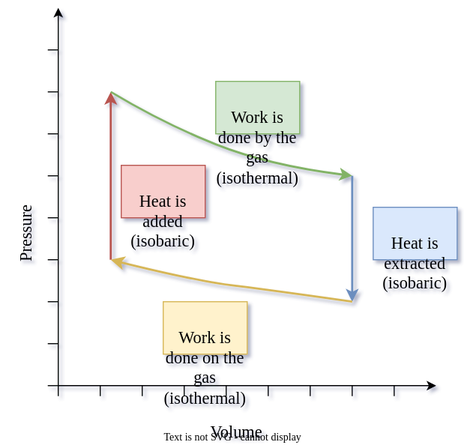
Before: uploads/PV-Diagram.svg, a diagram exported from draw.io (psharma04/image-repo). Source tidied: cells renumbered, new cells last; positions are measured from the earlier drawing's top-left corner, leaving out a move shared by most shapes.
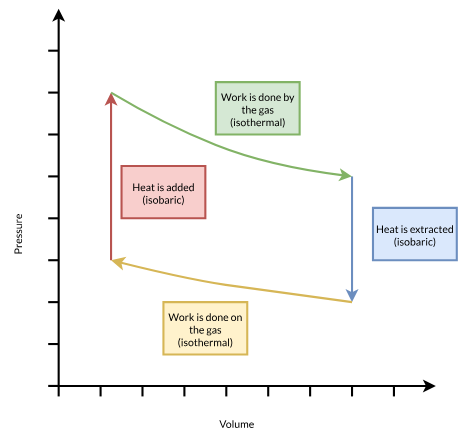
The same diagram one commit later.

Diff of the diagram source:
```diff
@@ -2,151 +2,151 @@
   <root>
     <mxCell id="0" />
     <mxCell id="1" parent="0" />
-    <mxCell id="2" style="endArrow=classic;html=1;rounded=0;fontFamily=Arial;fontSize=10;fontSource=https%3A%2F%2Fcdn.statically.io%2Fgh%2Fpsharma04%2Fimage-repo%2Fmain%2Ffonts%2FArial.ttf;" parent="1" edge="1">
+    <mxCell id="2" style="endArrow=classic;html=1;rounded=0;fontFamily=Lato;fontSize=10;fontSource=https%3A%2F%2Ffonts.googleapis.com%2Fcss%3Ffamily%3DLato;strokeWidth=2;" parent="1" edge="1">
       <mxGeometry relative="1" as="geometry">
         <mxPoint x="70" y="360" as="sourcePoint" />
         <mxPoint x="70" as="targetPoint" />
       </mxGeometry>
     </mxCell>
-    <mxCell id="3" style="endArrow=classic;html=1;rounded=0;fontFamily=Arial;fontSize=10;fontSource=https%3A%2F%2Fcdn.statically.io%2Fgh%2Fpsharma04%2Fimage-repo%2Fmain%2Ffonts%2FArial.ttf;" parent="1" edge="1">
+    <mxCell id="3" style="endArrow=classic;html=1;rounded=0;fontFamily=Lato;fontSize=10;fontSource=https%3A%2F%2Ffonts.googleapis.com%2Fcss%3Ffamily%3DLato;strokeWidth=2;" parent="1" edge="1">
       <mxGeometry relative="1" as="geometry">
         <mxPoint x="70" y="360" as="sourcePoint" />
         <mxPoint x="430" y="360" as="targetPoint" />
       </mxGeometry>
     </mxCell>
-    <mxCell id="4" style="endArrow=none;html=1;rounded=0;fontFamily=Arial;fontSize=10;fontSource=https%3A%2F%2Fcdn.statically.io%2Fgh%2Fpsharma04%2Fimage-repo%2Fmain%2Ffonts%2FArial.ttf;" parent="1" edge="1">
+    <mxCell id="4" style="endArrow=none;html=1;rounded=0;fontFamily=Lato;fontSize=10;fontSource=https%3A%2F%2Ffonts.googleapis.com%2Fcss%3Ffamily%3DLato;strokeWidth=2;" parent="1" edge="1">
       <mxGeometry relative="1" as="geometry">
         <mxPoint x="390" y="370" as="sourcePoint" />
         <mxPoint x="390" y="360" as="targetPoint" />
       </mxGeometry>
     </mxCell>
-    <mxCell id="5" style="endArrow=none;html=1;rounded=0;fontFamily=Arial;fontSize=10;fontSource=https%3A%2F%2Fcdn.statically.io%2Fgh%2Fpsharma04%2Fimage-repo%2Fmain%2Ffonts%2FArial.ttf;" parent="1" edge="1">
+    <mxCell id="5" style="endArrow=none;html=1;rounded=0;fontFamily=Lato;fontSize=10;fontSource=https%3A%2F%2Ffonts.googleapis.com%2Fcss%3Ffamily%3DLato;strokeWidth=2;" parent="1" edge="1">
       <mxGeometry relative="1" as="geometry">
         <mxPoint x="350" y="370" as="sourcePoint" />
         <mxPoint x="350" y="360" as="targetPoint" />
       </mxGeometry>
     </mxCell>
-    <mxCell id="6" style="endArrow=none;html=1;rounded=0;fontFamily=Arial;fontSize=10;fontSource=https%3A%2F%2Fcdn.statically.io%2Fgh%2Fpsharma04%2Fimage-repo%2Fmain%2Ffonts%2FArial.ttf;" parent="1" edge="1">
+    <mxCell id="6" style="endArrow=none;html=1;rounded=0;fontFamily=Lato;fontSize=10;fontSource=https%3A%2F%2Ffonts.googleapis.com%2Fcss%3Ffamily%3DLato;strokeWidth=2;" parent="1" edge="1">
       <mxGeometry relative="1" as="geometry">
         <mxPoint x="310" y="370" as="sourcePoint" />
         <mxPoint x="310" y="360" as="targetPoint" />
       </mxGeometry>
     </mxCell>
-    <mxCell id="7" style="endArrow=none;html=1;rounded=0;fontFamily=Arial;fontSize=10;fontSource=https%3A%2F%2Fcdn.statically.io%2Fgh%2Fpsharma04%2Fimage-repo%2Fmain%2Ffonts%2FArial.ttf;" parent="1" edge="1">
+    <mxCell id="7" style="endArrow=none;html=1;rounded=0;fontFamily=Lato;fontSize=10;fontSource=https%3A%2F%2Ffonts.googleapis.com%2Fcss%3Ffamily%3DLato;strokeWidth=2;" parent="1" edge="1">
       <mxGeometry relative="1" as="geometry">
         <mxPoint x="270" y="370" as="sourcePoint" />
         <mxPoint x="270" y="360" as="targetPoint" />
       </mxGeometry>
     </mxCell>
-    <mxCell id="8" style="endArrow=none;html=1;rounded=0;fontFamily=Arial;fontSize=10;fontSource=https%3A%2F%2Fcdn.statically.io%2Fgh%2Fpsharma04%2Fimage-repo%2Fmain%2Ffonts%2FArial.ttf;" parent="1" edge="1">
+    <mxCell id="8" style="endArrow=none;html=1;rounded=0;fontFamily=Lato;fontSize=10;fontSource=https%3A%2F%2Ffonts.googleapis.com%2Fcss%3Ffamily%3DLato;strokeWidth=2;" parent="1" edge="1">
       <mxGeometry relative="1" as="geometry">
         <mxPoint x="230" y="370" as="sourcePoint" />
         <mxPoint x="230" y="360" as="targetPoint" />
       </mxGeometry>
     </mxCell>
-    <mxCell id="9" style="endArrow=none;html=1;rounded=0;fontFamily=Arial;fontSize=10;fontSource=https%3A%2F%2Fcdn.statically.io%2Fgh%2Fpsharma04%2Fimage-repo%2Fmain%2Ffonts%2FArial.ttf;" parent="1" edge="1">
+    <mxCell id="9" style="endArrow=none;html=1;rounded=0;fontFamily=Lato;fontSize=10;fontSource=https%3A%2F%2Ffonts.googleapis.com%2Fcss%3Ffamily%3DLato;strokeWidth=2;" parent="1" edge="1">
       <mxGeometry relative="1" as="geometry">
         <mxPoint x="190" y="370" as="sourcePoint" />
         <mxPoint x="190" y="360" as="targetPoint" />
       </mxGeometry>
     </mxCell>
-    <mxCell id="10" style="endArrow=none;html=1;rounded=0;fontFamily=Arial;fontSize=10;fontSource=https%3A%2F%2Fcdn.statically.io%2Fgh%2Fpsharma04%2Fimage-repo%2Fmain%2Ffonts%2FArial.ttf;" parent="1" edge="1">
+    <mxCell id="10" style="endArrow=none;html=1;rounded=0;fontFamily=Lato;fontSize=10;fontSource=https%3A%2F%2Ffonts.googleapis.com%2Fcss%3Ffamily%3DLato;strokeWidth=2;" parent="1" edge="1">
       <mxGeometry relative="1" as="geometry">
         <mxPoint x="150" y="370" as="sourcePoint" />
         <mxPoint x="150" y="360" as="targetPoint" />
       </mxGeometry>
     </mxCell>
-    <mxCell id="11" style="endArrow=none;html=1;rounded=0;fontFamily=Arial;fontSize=10;fontSource=https%3A%2F%2Fcdn.statically.io%2Fgh%2Fpsharma04%2Fimage-repo%2Fmain%2Ffonts%2FArial.ttf;" parent="1" edge="1">
+    <mxCell id="11" style="endArrow=none;html=1;rounded=0;fontFamily=Lato;fontSize=10;fontSource=https%3A%2F%2Ffonts.googleapis.com%2Fcss%3Ffamily%3DLato;strokeWidth=2;" parent="1" edge="1">
       <mxGeometry relative="1" as="geometry">
         <mxPoint x="110" y="370" as="sourcePoint" />
         <mxPoint x="110" y="360" as="targetPoint" />
       </mxGeometry>
     </mxCell>
-    <mxCell id="12" style="endArrow=none;html=1;rounded=0;fontFamily=Arial;fontSize=10;fontSource=https%3A%2F%2Fcdn.statically.io%2Fgh%2Fpsharma04%2Fimage-repo%2Fmain%2Ffonts%2FArial.ttf;" parent="1" edge="1">
+    <mxCell id="12" style="endArrow=none;html=1;rounded=0;fontFamily=Lato;fontSize=10;fontSource=https%3A%2F%2Ffonts.googleapis.com%2Fcss%3Ffamily%3DLato;strokeWidth=2;" parent="1" edge="1">
       <mxGeometry relative="1" as="geometry">
         <mxPoint x="70" y="370" as="sourcePoint" />
         <mxPoint x="70" y="360" as="targetPoint" />
       </mxGeometry>
     </mxCell>
-    <mxCell id="13" style="endArrow=none;html=1;rounded=0;fontFamily=Arial;fontSize=10;fontSource=https%3A%2F%2Fcdn.statically.io%2Fgh%2Fpsharma04%2Fimage-repo%2Fmain%2Ffonts%2FArial.ttf;" parent="1" edge="1">
+    <mxCell id="13" style="endArrow=none;html=1;rounded=0;fontFamily=Lato;fontSize=10;fontSource=https%3A%2F%2Ffonts.googleapis.com%2Fcss%3Ffamily%3DLato;strokeWidth=2;" parent="1" edge="1">
       <mxGeometry relative="1" as="geometry">
         <mxPoint x="30" y="360" as="sourcePoint" />
         <mxPoint x="30" y="360" as="targetPoint" />
       </mxGeometry>
     </mxCell>
-    <mxCell id="14" style="endArrow=none;html=1;rounded=0;fontFamily=Arial;fontSize=10;fontSource=https%3A%2F%2Fcdn.statically.io%2Fgh%2Fpsharma04%2Fimage-repo%2Fmain%2Ffonts%2FArial.ttf;" parent="1" edge="1">
+    <mxCell id="14" style="endArrow=none;html=1;rounded=0;fontFamily=Lato;fontSize=10;fontSource=https%3A%2F%2Ffonts.googleapis.com%2Fcss%3Ffamily%3DLato;strokeWidth=2;" parent="1" edge="1">
       <mxGeometry relative="1" as="geometry">
         <mxPoint x="60" y="360" as="sourcePoint" />
         <mxPoint x="70" y="360" as="targetPoint" />
       </mxGeometry>
     </mxCell>
-    <mxCell id="15" style="endArrow=none;html=1;rounded=0;fontFamily=Arial;fontSize=10;fontSource=https%3A%2F%2Fcdn.statically.io%2Fgh%2Fpsharma04%2Fimage-repo%2Fmain%2Ffonts%2FArial.ttf;" parent="1" edge="1">
+    <mxCell id="15" style="endArrow=none;html=1;rounded=0;fontFamily=Lato;fontSize=10;fontSource=https%3A%2F%2Ffonts.googleapis.com%2Fcss%3Ffamily%3DLato;strokeWidth=2;" parent="1" edge="1">
       <mxGeometry relative="1" as="geometry">
         <mxPoint x="60" y="320" as="sourcePoint" />
         <mxPoint x="70" y="320" as="targetPoint" />
       </mxGeometry>
     </mxCell>
-    <mxCell id="16" style="endArrow=none;html=1;rounded=0;fontFamily=Arial;fontSize=10;fontSource=https%3A%2F%2Fcdn.statically.io%2Fgh%2Fpsharma04%2Fimage-repo%2Fmain%2Ffonts%2FArial.ttf;" parent="1" edge="1">
+    <mxCell id="16" style="endArrow=none;html=1;rounded=0;fontFamily=Lato;fontSize=10;fontSource=https%3A%2F%2Ffonts.googleapis.com%2Fcss%3Ffamily%3DLato;strokeWidth=2;" parent="1" edge="1">
       <mxGeometry relative="1" as="geometry">
         <mxPoint x="60" y="280" as="sourcePoint" />
         <mxPoint x="70" y="280" as="targetPoint" />
       </mxGeometry>
     </mxCell>
-    <mxCell id="17" style="endArrow=none;html=1;rounded=0;fontFamily=Arial;fontSize=10;fontSource=https%3A%2F%2Fcdn.statically.io%2Fgh%2Fpsharma04%2Fimage-repo%2Fmain%2Ffonts%2FArial.ttf;" parent="1" edge="1">
+    <mxCell id="17" style="endArrow=none;html=1;rounded=0;fontFamily=Lato;fontSize=10;fontSource=https%3A%2F%2Ffonts.googleapis.com%2Fcss%3Ffamily%3DLato;strokeWidth=2;" parent="1" edge="1">
       <mxGeometry relative="1" as="geometry">
         <mxPoint x="60" y="240" as="sourcePoint" />
         <mxPoint x="70" y="240" as="targetPoint" />
       </mxGeometry>
     </mxCell>
-    <mxCell id="18" style="endArrow=none;html=1;rounded=0;fontFamily=Arial;fontSize=10;fontSource=https%3A%2F%2Fcdn.statically.io%2Fgh%2Fpsharma04%2Fimage-repo%2Fmain%2Ffonts%2FArial.ttf;" parent="1" edge="1">
+    <mxCell id="18" style="endArrow=none;html=1;rounded=0;fontFamily=Lato;fontSize=10;fontSource=https%3A%2F%2Ffonts.googleapis.com%2Fcss%3Ffamily%3DLato;strokeWidth=2;" parent="1" edge="1">
       <mxGeometry relative="1" as="geometry">
         <mxPoint x="60" y="200" as="sourcePoint" />
         <mxPoint x="70" y="200" as="targetPoint" />
       </mxGeometry>
     </mxCell>
-    <mxCell id="19" style="endArrow=none;html=1;rounded=0;fontFamily=Arial;fontSize=10;fontSource=https%3A%2F%2Fcdn.statically.io%2Fgh%2Fpsharma04%2Fimage-repo%2Fmain%2Ffonts%2FArial.ttf;" parent="1" edge="1">
+    <mxCell id="19" style="endArrow=none;html=1;rounded=0;fontFamily=Lato;fontSize=10;fontSource=https%3A%2F%2Ffonts.googleapis.com%2Fcss%3Ffamily%3DLato;strokeWidth=2;" parent="1" edge="1">
       <mxGeometry relative="1" as="geometry">
         <mxPoint x="60" y="160" as="sourcePoint" />
         <mxPoint x="70" y="160" as="targetPoint" />
       </mxGeometry>
     </mxCell>
-    <mxCell id="20" style="endArrow=none;html=1;rounded=0;fontFamily=Arial;fontSize=10;fontSource=https%3A%2F%2Fcdn.statically.io%2Fgh%2Fpsharma04%2Fimage-repo%2Fmain%2Ffonts%2FArial.ttf;" parent="1" edge="1">
+    <mxCell id="20" style="endArrow=none;html=1;rounded=0;fontFamily=Lato;fontSize=10;fontSource=https%3A%2F%2Ffonts.googleapis.com%2Fcss%3Ffamily%3DLato;strokeWidth=2;" parent="1" edge="1">
       <mxGeometry relative="1" as="geometry">
         <mxPoint x="60" y="120" as="sourcePoint" />
         <mxPoint x="70" y="120" as="targetPoint" />
       </mxGeometry>
     </mxCell>
-    <mxCell id="21" style="endArrow=none;html=1;rounded=0;fontFamily=Arial;fontSize=10;fontSource=https%3A%2F%2Fcdn.statically.io%2Fgh%2Fpsharma04%2Fimage-repo%2Fmain%2Ffonts%2FArial.ttf;" parent="1" edge="1">
+    <mxCell id="21" style="endArrow=none;html=1;rounded=0;fontFamily=Lato;fontSize=10;fontSource=https%3A%2F%2Ffonts.googleapis.com%2Fcss%3Ffamily%3DLato;strokeWidth=2;" parent="1" edge="1">
       <mxGeometry relative="1" as="geometry">
         <mxPoint x="60" y="80" as="sourcePoint" />
         <mxPoint x="70" y="80" as="targetPoint" />
       </mxGeometry>
     </mxCell>
-    <mxCell id="22" style="endArrow=none;html=1;rounded=0;fontFamily=Arial;fontSize=10;fontSource=https%3A%2F%2Fcdn.statically.io%2Fgh%2Fpsharma04%2Fimage-repo%2Fmain%2Ffonts%2FArial.ttf;" parent="1" edge="1">
+    <mxCell id="22" style="endArrow=none;html=1;rounded=0;fontFamily=Lato;fontSize=10;fontSource=https%3A%2F%2Ffonts.googleapis.com%2Fcss%3Ffamily%3DLato;strokeWidth=2;" parent="1" edge="1">
       <mxGeometry relative="1" as="geometry">
         <mxPoint x="60" y="40" as="sourcePoint" />
         <mxPoint x="70" y="40" as="targetPoint" />
       </mxGeometry>
     </mxCell>
-    <mxCell id="23" value="Pressure" style="text;html=1;strokeColor=none;fillColor=none;align=center;verticalAlign=middle;whiteSpace=wrap;rounded=0;rotation=-90;fontFamily=Arial;fontSize=10;fontSource=https%3A%2F%2Fcdn.statically.io%2Fgh%2Fpsharma04%2Fimage-repo%2Fmain%2Ffonts%2FArial.ttf;" parent="1" vertex="1">
+    <mxCell id="23" value="Pressure" style="text;html=1;strokeColor=none;fillColor=none;align=center;verticalAlign=middle;whiteSpace=wrap;rounded=0;rotation=-90;fontFamily=Lato;fontSize=10;fontSource=https%3A%2F%2Ffonts.googleapis.com%2Fcss%3Ffamily%3DLato;strokeWidth=2;" parent="1" vertex="1">
       <mxGeometry y="200" width="60" height="30" as="geometry" />
     </mxCell>
-    <mxCell id="24" value="Volume" style="text;html=1;strokeColor=none;fillColor=none;align=center;verticalAlign=middle;whiteSpace=wrap;rounded=0;fontFamily=Arial;fontSource=https%3A%2F%2Fcdn.statically.io%2Fgh%2Fpsharma04%2Fimage-repo%2Fmain%2Ffonts%2FArial.ttf;fontSize=10;" parent="1" vertex="1">
+    <mxCell id="24" value="Volume" style="text;html=1;strokeColor=none;fillColor=none;align=center;verticalAlign=middle;whiteSpace=wrap;rounded=0;fontFamily=Lato;fontSize=10;fontSource=https%3A%2F%2Ffonts.googleapis.com%2Fcss%3Ffamily%3DLato;strokeWidth=2;" parent="1" vertex="1">
       <mxGeometry x="210" y="380" width="60" height="30" as="geometry" />
     </mxCell>
-    <mxCell id="25" style="endArrow=classic;html=1;rounded=0;strokeWidth=2;fillColor=#f8cecc;strokeColor=#b85450;fontFamily=Arial;fontSize=10;fontSource=https%3A%2F%2Fcdn.statically.io%2Fgh%2Fpsharma04%2Fimage-repo%2Fmain%2Ffonts%2FArial.ttf;" parent="1" edge="1">
+    <mxCell id="25" style="endArrow=classic;html=1;rounded=0;strokeWidth=2;fillColor=#f8cecc;strokeColor=#b85450;fontFamily=Lato;fontSize=10;fontSource=https%3A%2F%2Ffonts.googleapis.com%2Fcss%3Ffamily%3DLato;" parent="1" edge="1">
       <mxGeometry relative="1" as="geometry">
         <mxPoint x="120" y="240" as="sourcePoint" />
         <mxPoint x="120" y="80" as="targetPoint" />
       </mxGeometry>
     </mxCell>
-    <mxCell id="26" style="endArrow=classic;html=1;rounded=0;strokeWidth=2;fillColor=#dae8fc;strokeColor=#6c8ebf;fontFamily=Arial;fontSize=10;fontSource=https%3A%2F%2Fcdn.statically.io%2Fgh%2Fpsharma04%2Fimage-repo%2Fmain%2Ffonts%2FArial.ttf;" parent="1" edge="1">
+    <mxCell id="26" style="endArrow=classic;html=1;rounded=0;strokeWidth=2;fillColor=#dae8fc;strokeColor=#6c8ebf;fontFamily=Lato;fontSize=10;fontSource=https%3A%2F%2Ffonts.googleapis.com%2Fcss%3Ffamily%3DLato;" parent="1" edge="1">
       <mxGeometry relative="1" as="geometry">
         <mxPoint x="350" y="160" as="sourcePoint" />
         <mxPoint x="350" y="280" as="targetPoint" />
       </mxGeometry>
     </mxCell>
-    <mxCell id="27" style="curved=1;endArrow=classic;html=1;rounded=0;strokeWidth=2;fillColor=#d5e8d4;strokeColor=#82b366;fontFamily=Arial;fontSize=10;fontSource=https%3A%2F%2Fcdn.statically.io%2Fgh%2Fpsharma04%2Fimage-repo%2Fmain%2Ffonts%2FArial.ttf;" parent="1" edge="1">
+    <mxCell id="27" style="curved=1;endArrow=classic;html=1;rounded=0;strokeWidth=2;fillColor=#d5e8d4;strokeColor=#82b366;fontFamily=Lato;fontSize=10;fontSource=https%3A%2F%2Ffonts.googleapis.com%2Fcss%3Ffamily%3DLato;" parent="1" edge="1">
       <mxGeometry relative="1" as="geometry">
         <mxPoint x="120" y="80" as="sourcePoint" />
         <mxPoint x="350" y="160" as="targetPoint" />
@@ -156,7 +156,7 @@
         </Array>
       </mxGeometry>
     </mxCell>
-    <mxCell id="28" style="curved=1;endArrow=classic;html=1;rounded=0;endSize=7;strokeWidth=2;fillColor=#fff2cc;strokeColor=#d6b656;fontFamily=Arial;fontSize=10;fontSource=https%3A%2F%2Fcdn.statically.io%2Fgh%2Fpsharma04%2Fimage-repo%2Fmain%2Ffonts%2FArial.ttf;" parent="1" edge="1">
+    <mxCell id="28" style="curved=1;endArrow=classic;html=1;rounded=0;endSize=7;strokeWidth=2;fillColor=#fff2cc;strokeColor=#d6b656;fontFamily=Lato;fontSize=10;fontSource=https%3A%2F%2Ffonts.googleapis.com%2Fcss%3Ffamily%3DLato;" parent="1" edge="1">
       <mxGeometry relative="1" as="geometry">
         <mxPoint x="350" y="280" as="sourcePoint" />
         <mxPoint x="120" y="240" as="targetPoint" />
@@ -166,16 +166,16 @@
         </Array>
       </mxGeometry>
     </mxCell>
-    <mxCell id="29" value="Work is done by the gas (isothermal)" style="text;html=1;strokeColor=#82b366;fillColor=#d5e8d4;align=center;verticalAlign=middle;whiteSpace=wrap;rounded=0;fontFamily=Arial;fontSize=10;fontSource=https%3A%2F%2Fcdn.statically.io%2Fgh%2Fpsharma04%2Fimage-repo%2Fmain%2Ffonts%2FArial.ttf;" parent="1" vertex="1">
+    <mxCell id="29" value="Work is done by the gas (isothermal)" style="text;html=1;strokeColor=#82b366;fillColor=#d5e8d4;align=center;verticalAlign=middle;whiteSpace=wrap;rounded=0;fontFamily=Lato;fontSize=10;fontSource=https%3A%2F%2Ffonts.googleapis.com%2Fcss%3Ffamily%3DLato;strokeWidth=2;" parent="1" vertex="1">
       <mxGeometry x="220" y="70" width="80" height="50" as="geometry" />
     </mxCell>
-    <mxCell id="30" value="Work is done on the gas (isothermal)" style="text;html=1;strokeColor=#d6b656;fillColor=#fff2cc;align=center;verticalAlign=middle;whiteSpace=wrap;rounded=0;fontFamily=Arial;fontSize=10;fontSource=https%3A%2F%2Fcdn.statically.io%2Fgh%2Fpsharma04%2Fimage-repo%2Fmain%2Ffonts%2FArial.ttf;" parent="1" vertex="1">
+    <mxCell id="30" value="Work is done on the gas (isothermal)" style="text;html=1;strokeColor=#d6b656;fillColor=#fff2cc;align=center;verticalAlign=middle;whiteSpace=wrap;rounded=0;fontFamily=Lato;fontSize=10;fontSource=https%3A%2F%2Ffonts.googleapis.com%2Fcss%3Ffamily%3DLato;strokeWidth=2;" parent="1" vertex="1">
       <mxGeometry x="170" y="280" width="80" height="50" as="geometry" />
     </mxCell>
-    <mxCell id="31" value="Heat is extracted (isobaric)" style="text;html=1;strokeColor=#6c8ebf;fillColor=#dae8fc;align=center;verticalAlign=middle;whiteSpace=wrap;rounded=0;fontFamily=Arial;fontSize=10;fontSource=https%3A%2F%2Fcdn.statically.io%2Fgh%2Fpsharma04%2Fimage-repo%2Fmain%2Ffonts%2FArial.ttf;" parent="1" vertex="1">
+    <mxCell id="31" value="Heat is extracted (isobaric)" style="text;html=1;strokeColor=#6c8ebf;fillColor=#dae8fc;align=center;verticalAlign=middle;whiteSpace=wrap;rounded=0;fontFamily=Lato;fontSize=10;fontSource=https%3A%2F%2Ffonts.googleapis.com%2Fcss%3Ffamily%3DLato;strokeWidth=2;" parent="1" vertex="1">
       <mxGeometry x="370" y="190" width="80" height="50" as="geometry" />
     </mxCell>
-    <mxCell id="32" value="Heat is added (isobaric)" style="text;html=1;strokeColor=#b85450;fillColor=#f8cecc;align=center;verticalAlign=middle;whiteSpace=wrap;rounded=0;fontFamily=Arial;fontSize=10;fontSource=https%3A%2F%2Fcdn.statically.io%2Fgh%2Fpsharma04%2Fimage-repo%2Fmain%2Ffonts%2FArial.ttf;" parent="1" vertex="1">
+    <mxCell id="32" value="Heat is added (isobaric)" style="text;html=1;strokeColor=#b85450;fillColor=#f8cecc;align=center;verticalAlign=middle;whiteSpace=wrap;rounded=0;fontFamily=Lato;fontSize=10;fontSource=https%3A%2F%2Ffonts.googleapis.com%2Fcss%3Ffamily%3DLato;strokeWidth=2;" parent="1" vertex="1">
       <mxGeometry x="130" y="150" width="80" height="50" as="geometry" />
     </mxCell>
   </root>
```
